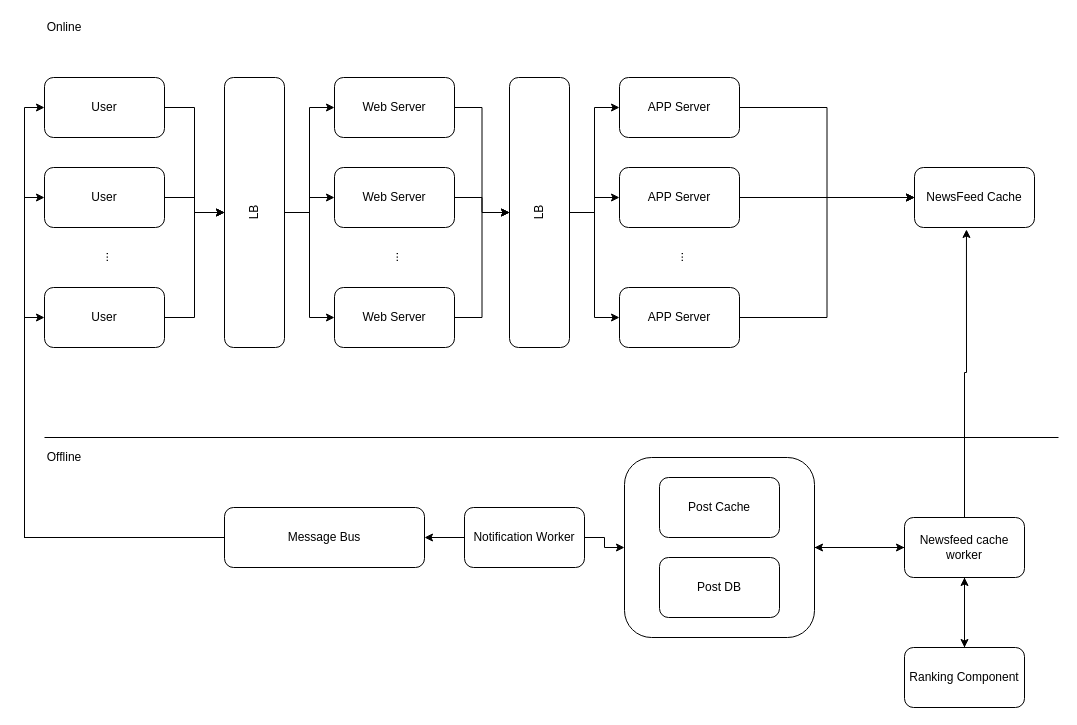
The draw.io diagram drawios/API Rate Limiter.drawio in whmou/component-archs, before the edit. Source tidied: cells renumbered, new cells numbered last; positions are measured from the earlier drawing's top-left corner, leaving out a move shared by most shapes. Both pictures are drawn from the tidied source at 100%, with x=0, y=0 at pixel (44, 17).
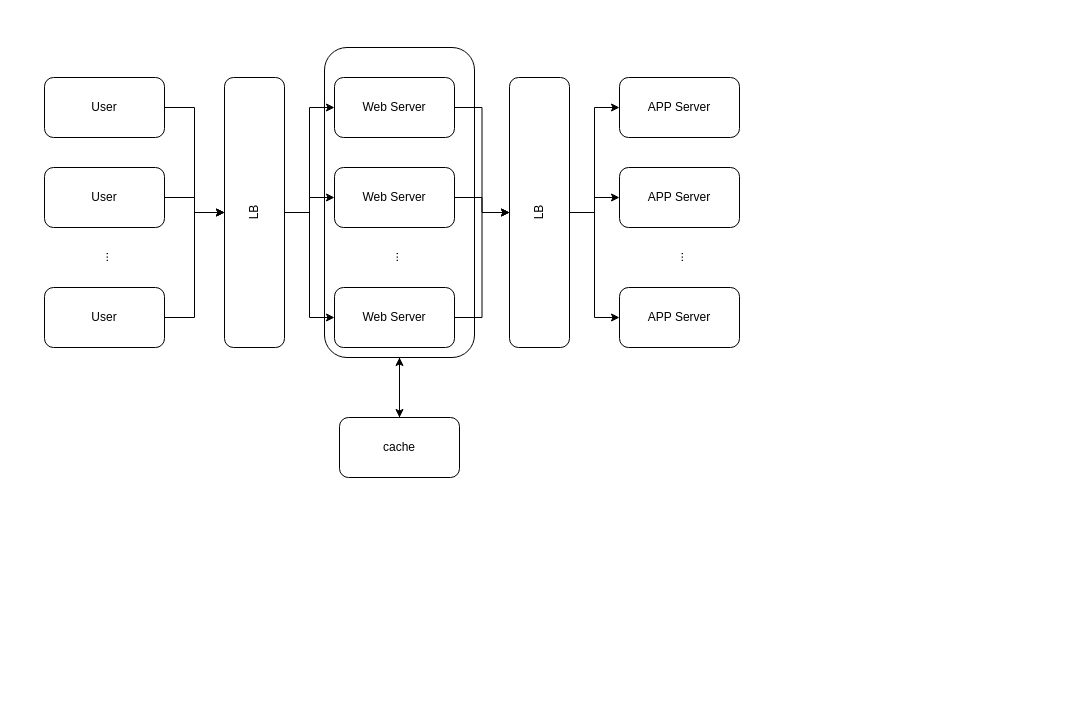
The same page after the edit.

The change refers to these unchanged cells:
```xml
<mxCell id="5" value="User" style="rounded=1;whiteSpace=wrap;html=1;" parent="1" vertex="1">
  <mxGeometry y="60" width="120" height="60" as="geometry" />
</mxCell>
<mxCell id="7" value="User" style="rounded=1;whiteSpace=wrap;html=1;" parent="1" vertex="1">
  <mxGeometry y="150" width="120" height="60" as="geometry" />
</mxCell>
<mxCell id="9" value="User" style="rounded=1;whiteSpace=wrap;html=1;" parent="1" vertex="1">
  <mxGeometry y="270" width="120" height="60" as="geometry" />
</mxCell>
<mxCell id="27" value="APP Server" style="rounded=1;whiteSpace=wrap;html=1;" parent="1" vertex="1">
  <mxGeometry x="575" y="60" width="120" height="60" as="geometry" />
</mxCell>
<mxCell id="29" value="APP Server" style="rounded=1;whiteSpace=wrap;html=1;" parent="1" vertex="1">
  <mxGeometry x="575" y="150" width="120" height="60" as="geometry" />
</mxCell>
<mxCell id="31" value="APP Server" style="rounded=1;whiteSpace=wrap;html=1;" parent="1" vertex="1">
  <mxGeometry x="575" y="270" width="120" height="60" as="geometry" />
</mxCell>
```

Change to the diagram source:
```diff
@@
-    <mxCell id="2" style="edgeStyle=orthogonalEdgeStyle;rounded=0;jettySize=auto;html=1;" parent="1" edge="1" source="3" target="40">
-      <mxGeometry relative="1" as="geometry" />
-    </mxCell>
-    <mxCell id="3" style="rounded=1;whiteSpace=wrap;html=1;" parent="1" vertex="1">
-      <mxGeometry x="580" y="440" width="190" height="180" as="geometry" />
-    </mxCell>
+    <mxCell id="52" style="edgeStyle=orthogonalEdgeStyle;rounded=0;jettySize=auto;html=1;" parent="1" edge="1" source="53" target="55">
+      <mxGeometry relative="1" as="geometry" />
+    </mxCell>
+    <mxCell id="53" style="rounded=1;whiteSpace=wrap;html=1;" parent="1" vertex="1">
+      <mxGeometry x="280" y="30" width="150" height="310" as="geometry" />
+    </mxCell>
@@
-    <mxCell id="26" style="edgeStyle=orthogonalEdgeStyle;rounded=0;jettySize=auto;html=1;entryX=0;entryY=0.5;entryDx=0;entryDy=0;" parent="1" edge="1" source="27" target="33">
-      <mxGeometry relative="1" as="geometry" />
-    </mxCell>
@@
-    <mxCell id="28" style="edgeStyle=orthogonalEdgeStyle;rounded=0;jettySize=auto;html=1;entryX=0;entryY=0.5;entryDx=0;entryDy=0;" parent="1" edge="1" source="29" target="33">
-      <mxGeometry relative="1" as="geometry" />
-    </mxCell>
@@
-    <mxCell id="30" style="edgeStyle=orthogonalEdgeStyle;rounded=0;jettySize=auto;html=1;entryX=0;entryY=0.5;entryDx=0;entryDy=0;" parent="1" edge="1" source="31" target="33">
-      <mxGeometry relative="1" as="geometry" />
-    </mxCell>
@@
-    <mxCell id="33" value="NewsFeed Cache" style="rounded=1;whiteSpace=wrap;html=1;" parent="1" vertex="1">
-      <mxGeometry x="870" y="150" width="120" height="60" as="geometry" />
-    </mxCell>
-    <mxCell id="34" style="endArrow=none;html=1;" parent="1" edge="1">
-      <mxGeometry relative="1" as="geometry">
-        <mxPoint y="420" as="sourcePoint" />
-        <mxPoint x="1014" y="420" as="targetPoint" />
-      </mxGeometry>
-    </mxCell>
-    <mxCell id="35" value="Online" style="text;html=1;strokeColor=none;fillColor=none;align=center;verticalAlign=middle;whiteSpace=wrap;rounded=0;" parent="1" vertex="1">
-      <mxGeometry width="40" height="20" as="geometry" />
-    </mxCell>
-    <mxCell id="36" value="Offline" style="text;html=1;strokeColor=none;fillColor=none;align=center;verticalAlign=middle;whiteSpace=wrap;rounded=0;" parent="1" vertex="1">
-      <mxGeometry y="430" width="40" height="20" as="geometry" />
-    </mxCell>
-    <mxCell id="37" style="edgeStyle=orthogonalEdgeStyle;rounded=0;jettySize=auto;html=1;" parent="1" edge="1" source="40" target="3">
-      <mxGeometry relative="1" as="geometry" />
-    </mxCell>
-    <mxCell id="38" style="edgeStyle=orthogonalEdgeStyle;rounded=0;jettySize=auto;html=1;entryX=0.433;entryY=1.033;entryDx=0;entryDy=0;entryPerimeter=0;" parent="1" edge="1" source="40" target="33">
-      <mxGeometry relative="1" as="geometry" />
-    </mxCell>
-    <mxCell id="39" style="edgeStyle=orthogonalEdgeStyle;rounded=0;jettySize=auto;html=1;entryX=0.5;entryY=0;entryDx=0;entryDy=0;" parent="1" edge="1" source="40" target="44">
-      <mxGeometry relative="1" as="geometry" />
-    </mxCell>
-    <mxCell id="40" value="Newsfeed cache worker" style="rounded=1;whiteSpace=wrap;html=1;" parent="1" vertex="1">
-      <mxGeometry x="860" y="500" width="120" height="60" as="geometry" />
-    </mxCell>
-    <mxCell id="41" value="Post Cache" style="rounded=1;whiteSpace=wrap;html=1;" parent="1" vertex="1">
-      <mxGeometry x="615" y="460" width="120" height="60" as="geometry" />
-    </mxCell>
-    <mxCell id="42" value="Post DB" style="rounded=1;whiteSpace=wrap;html=1;" parent="1" vertex="1">
-      <mxGeometry x="615" y="540" width="120" height="60" as="geometry" />
-    </mxCell>
-    <mxCell id="43" style="edgeStyle=orthogonalEdgeStyle;rounded=0;jettySize=auto;html=1;entryX=0.5;entryY=1;entryDx=0;entryDy=0;" parent="1" edge="1" source="44" target="40">
-      <mxGeometry relative="1" as="geometry" />
-    </mxCell>
-    <mxCell id="44" value="Ranking Component" style="rounded=1;whiteSpace=wrap;html=1;" parent="1" vertex="1">
-      <mxGeometry x="860" y="630" width="120" height="60" as="geometry" />
-    </mxCell>
-    <mxCell id="45" style="edgeStyle=orthogonalEdgeStyle;rounded=0;jettySize=auto;html=1;entryX=0;entryY=0.5;entryDx=0;entryDy=0;" parent="1" edge="1" source="48" target="9">
-      <mxGeometry relative="1" as="geometry" />
-    </mxCell>
-    <mxCell id="46" style="edgeStyle=orthogonalEdgeStyle;rounded=0;jettySize=auto;html=1;entryX=0;entryY=0.5;entryDx=0;entryDy=0;" parent="1" edge="1" source="48" target="7">
-      <mxGeometry relative="1" as="geometry" />
-    </mxCell>
-    <mxCell id="47" style="edgeStyle=orthogonalEdgeStyle;rounded=0;jettySize=auto;html=1;entryX=0;entryY=0.5;entryDx=0;entryDy=0;" parent="1" edge="1" source="48" target="5">
-      <mxGeometry relative="1" as="geometry" />
-    </mxCell>
-    <mxCell id="48" value="Message Bus" style="rounded=1;whiteSpace=wrap;html=1;" parent="1" vertex="1">
-      <mxGeometry x="180" y="490" width="200" height="60" as="geometry" />
-    </mxCell>
-    <mxCell id="49" style="edgeStyle=orthogonalEdgeStyle;rounded=0;jettySize=auto;html=1;" parent="1" edge="1" source="51" target="3">
-      <mxGeometry relative="1" as="geometry" />
-    </mxCell>
-    <mxCell id="50" style="edgeStyle=orthogonalEdgeStyle;rounded=0;jettySize=auto;html=1;" parent="1" edge="1" source="51" target="48">
-      <mxGeometry relative="1" as="geometry" />
-    </mxCell>
-    <mxCell id="51" value="Notification Worker" style="rounded=1;whiteSpace=wrap;html=1;" parent="1" vertex="1">
-      <mxGeometry x="420" y="490" width="120" height="60" as="geometry" />
-    </mxCell>
+    <mxCell id="54" style="edgeStyle=orthogonalEdgeStyle;rounded=0;jettySize=auto;html=1;entryX=0.5;entryY=1;entryDx=0;entryDy=0;" parent="1" edge="1" source="55" target="53">
+      <mxGeometry relative="1" as="geometry" />
+    </mxCell>
+    <mxCell id="55" value="cache" style="rounded=1;whiteSpace=wrap;html=1;" parent="1" vertex="1">
+      <mxGeometry x="295" y="400" width="120" height="60" as="geometry" />
+    </mxCell>
```
